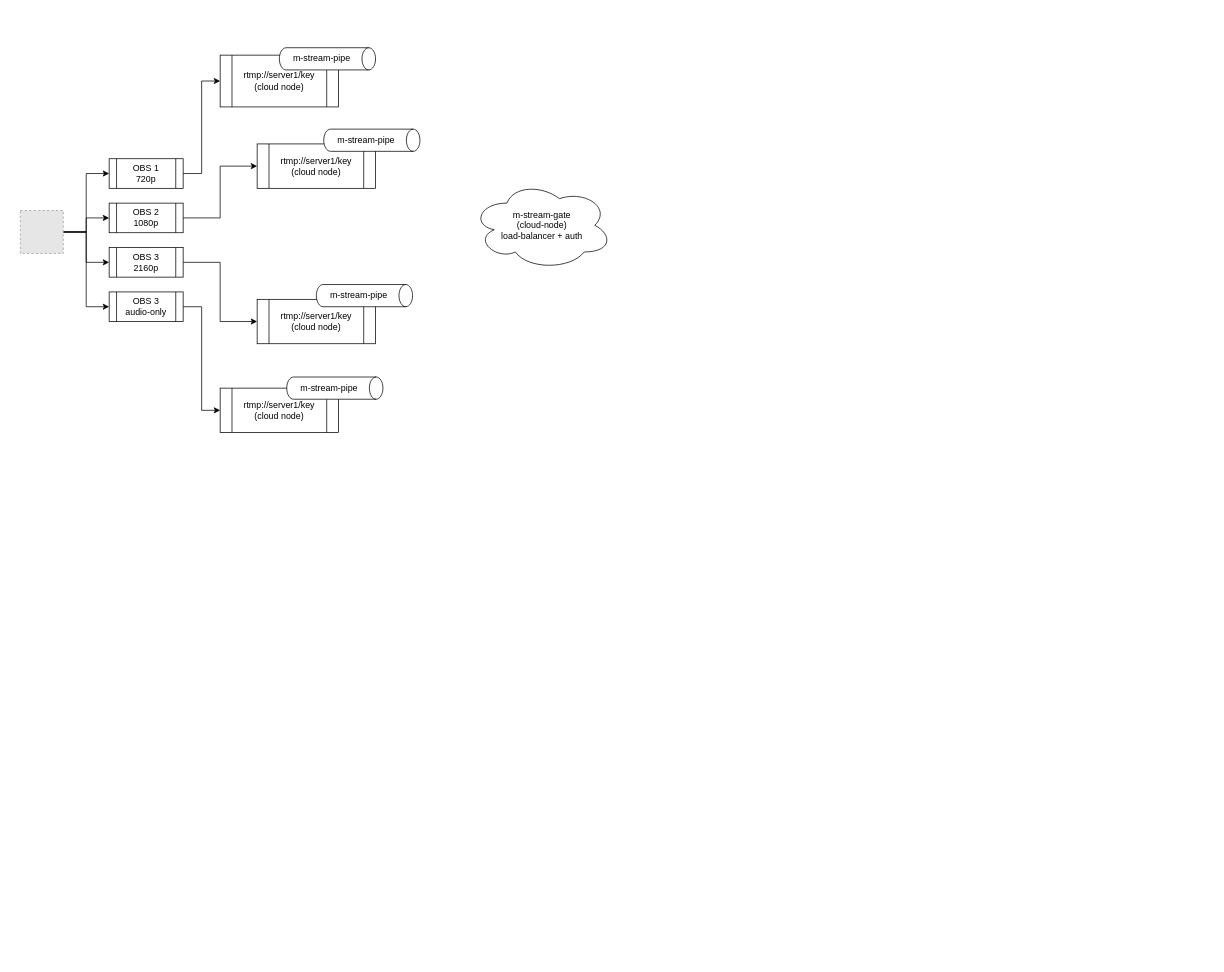
This is Untitled Diagram.drawio from mufkuw/stream-gate, a draw.io file, before an edit. Source tidied: cells renumbered, new cells numbered last; positions are measured from the earlier drawing's top-left corner, leaving out a move shared by most shapes. Both pictures are drawn from the tidied source at 74%, with x=0, y=0 at pixel (20, 47). Pictures stored in the file or linked from it are replaced by grey dashed boxes.
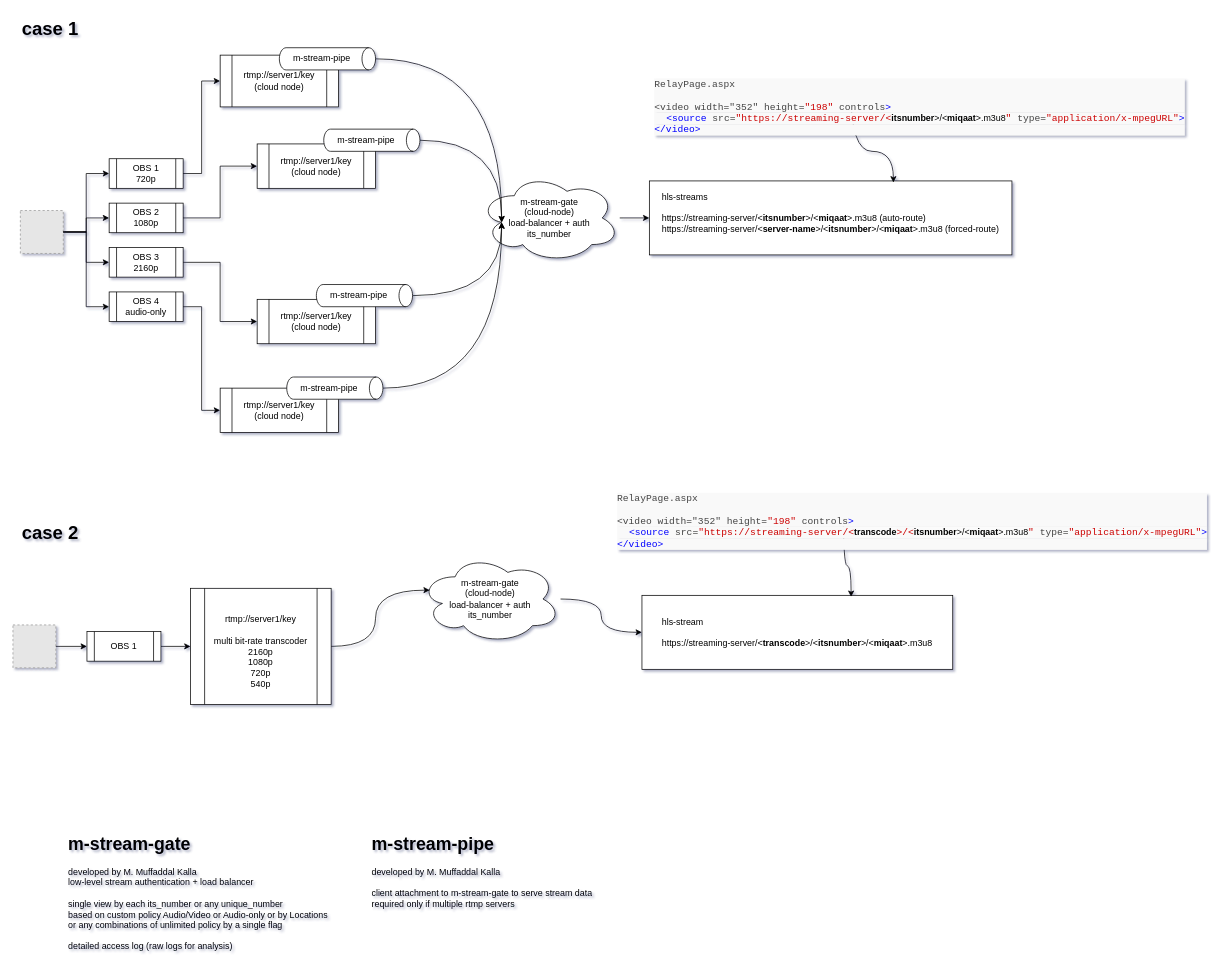
Above is the later version.

Unchanged cells that the change refers to:
```xml
<mxCell id="20" value="m-stream-pipe" style="shape=cylinder3;whiteSpace=wrap;html=1;boundedLbl=1;backgroundOutline=1;size=9.166666666666629;labelBorderColor=none;labelBackgroundColor=none;horizontal=1;direction=south;" parent="1" vertex="1">
  <mxGeometry x="350" width="130" height="30" as="geometry" />
</mxCell>
<mxCell id="21" value="m-stream-pipe" style="shape=cylinder3;whiteSpace=wrap;html=1;boundedLbl=1;backgroundOutline=1;size=9.166666666666629;labelBorderColor=none;labelBackgroundColor=none;horizontal=1;direction=south;" parent="1" vertex="1">
  <mxGeometry x="410" y="110" width="130" height="30" as="geometry" />
</mxCell>
<mxCell id="22" value="m-stream-pipe" style="shape=cylinder3;whiteSpace=wrap;html=1;boundedLbl=1;backgroundOutline=1;size=9.166666666666629;labelBorderColor=none;labelBackgroundColor=none;horizontal=1;direction=south;" parent="1" vertex="1">
  <mxGeometry x="400" y="320" width="130" height="30" as="geometry" />
</mxCell>
<mxCell id="23" value="m-stream-pipe" style="shape=cylinder3;whiteSpace=wrap;html=1;boundedLbl=1;backgroundOutline=1;size=9.166666666666629;labelBorderColor=none;labelBackgroundColor=none;horizontal=1;direction=south;" parent="1" vertex="1">
  <mxGeometry x="360" y="445" width="130" height="30" as="geometry" />
</mxCell>
```

Change to the diagram source:
```diff
@@
-<mxGraphModel>
+<mxGraphModel background="#FFFFFF" shadow="1">
@@
+    <mxCell id="24" value="&lt;h1&gt;m-stream-gate&lt;/h1&gt;&lt;p&gt;developed by M. Muffaddal Kalla&lt;br&gt;low-level stream authentication + load balancer&lt;br&gt;&lt;br&gt;single view by each its_number or any unique_number &lt;br&gt;based on custom policy Audio/Video or Audio-only or by Locations&lt;br&gt;or any combinations of unlimited policy by a single flag&lt;br&gt;&lt;br&gt;detailed access log (raw logs for analysis)&lt;br&gt;&lt;br&gt;&lt;br&gt;&lt;/p&gt;" style="text;html=1;strokeColor=none;fillColor=none;spacing=5;spacingTop=-20;whiteSpace=wrap;overflow=hidden;rounded=0;" parent="1" vertex="1">
+      <mxGeometry x="60" y="1056" width="390" height="170" as="geometry" />
+    </mxCell>
+    <mxCell id="25" value="&lt;h1&gt;m-stream-pipe&lt;/h1&gt;&lt;p&gt;developed by M. Muffaddal Kalla&lt;br&gt;&lt;br&gt;client attachment to m-stream-gate to serve stream data&lt;br&gt;required only if multiple rtmp servers&lt;/p&gt;" style="text;html=1;strokeColor=none;fillColor=none;spacing=5;spacingTop=-20;whiteSpace=wrap;overflow=hidden;rounded=0;" parent="1" vertex="1">
+      <mxGeometry x="470" y="1056" width="390" height="170" as="geometry" />
+    </mxCell>
+    <mxCell id="26" style="fillColor=#E6E6E6;strokeColor=#999999;dashed=1;html=1;verticalAlign=top;verticalLabelPosition=bottom;labelBackgroundColor=#ffffff;" parent="1" vertex="1">
+      <mxGeometry x="-10" y="780" width="58" height="58" as="geometry" />
+    </mxCell>
+    <mxCell id="27" style="edgeStyle=orthogonalEdgeStyle;rounded=0;jettySize=auto;html=1;entryX=0;entryY=0.5;entryDx=0;entryDy=0;" parent="1" edge="1" source="28" target="44">
+      <mxGeometry relative="1" as="geometry" />
+    </mxCell>
+    <mxCell id="28" value="OBS 1" style="shape=process;whiteSpace=wrap;html=1;backgroundOutline=1;" parent="1" vertex="1">
+      <mxGeometry x="90" y="789" width="100" height="40" as="geometry" />
+    </mxCell>
+    <mxCell id="29" style="edgeStyle=orthogonalEdgeStyle;rounded=0;jettySize=auto;html=1;entryX=0;entryY=0.5;entryDx=0;entryDy=0;" parent="1" edge="1" source="26" target="28">
+      <mxGeometry relative="1" as="geometry" />
+    </mxCell>
+    <mxCell id="30" value="m-stream-gate&lt;br&gt;(cloud-node)&lt;br&gt;load-balancer + auth&lt;br&gt;its_number" style="ellipse;shape=cloud;whiteSpace=wrap;html=1;" parent="1" vertex="1">
+      <mxGeometry x="540" y="685" width="190" height="120" as="geometry" />
+    </mxCell>
+    <mxCell id="31" value="&lt;div style=&quot;text-align: left;&quot;&gt;hls-stream&lt;br&gt;&lt;br&gt;https://streaming-server/&amp;lt;&lt;b&gt;transcode&lt;/b&gt;&amp;gt;/&amp;lt;&lt;b&gt;itsnumber&lt;/b&gt;&amp;gt;/&amp;lt;&lt;b&gt;miqaat&lt;/b&gt;&amp;gt;.m3u8&lt;/div&gt;" style="rounded=0;whiteSpace=wrap;html=1;" parent="1" vertex="1">
+      <mxGeometry x="840" y="740" width="420" height="100" as="geometry" />
+    </mxCell>
+    <mxCell id="32" style="edgeStyle=orthogonalEdgeStyle;rounded=0;jettySize=auto;html=1;curved=1;" parent="1" edge="1" source="30" target="31">
+      <mxGeometry relative="1" as="geometry" />
+    </mxCell>
+    <mxCell id="33" style="edgeStyle=orthogonalEdgeStyle;rounded=0;jettySize=auto;html=1;entryX=0.673;entryY=0.021;entryDx=0;entryDy=0;entryPerimeter=0;curved=1;" parent="1" edge="1" target="31">
+      <mxGeometry relative="1" as="geometry">
+        <mxPoint x="1112" y="615" as="sourcePoint" />
+        <Array as="points">
+          <mxPoint x="1112" y="700" />
+        </Array>
+      </mxGeometry>
+    </mxCell>
+    <mxCell id="34" value="&lt;div style=&quot;border-color: var(--border-color); color: rgb(68, 68, 68); font-family: Consolas, Courier, monospace; font-size: 13px; text-align: left; background-color: rgb(249, 249, 249); padding-left: 0px;&quot;&gt;RelayPage.aspx&lt;br&gt;&lt;br&gt;&amp;lt;video&amp;nbsp;width=&quot;352&quot;&amp;nbsp;height=&lt;span style=&quot;border-color: var(--border-color); color: rgb(204, 0, 0);&quot; class=&quot;rd_code_red&quot;&gt;&quot;198&quot;&lt;/span&gt;&amp;nbsp;controls&lt;span style=&quot;border-color: var(--border-color); color: rgb(0, 0, 255);&quot; class=&quot;rd_code_blu&quot;&gt;&amp;gt;&lt;/span&gt;&lt;/div&gt;&lt;div style=&quot;border-color: var(--border-color); color: rgb(68, 68, 68); font-family: Consolas, Courier, monospace; font-size: 13px; text-align: left; background-color: rgb(249, 249, 249); padding-left: 16px;&quot;&gt;&lt;span style=&quot;border-color: var(--border-color); color: rgb(0, 0, 255);&quot; class=&quot;rd_code_blu&quot;&gt;&amp;lt;source&lt;/span&gt;&amp;nbsp;src=&lt;span style=&quot;border-color: var(--border-color); color: rgb(204, 0, 0);&quot; class=&quot;rd_code_red&quot;&gt;&quot;https://streaming-server/&amp;lt;&lt;b style=&quot;border-color: var(--border-color); color: rgb(0, 0, 0); font-family: Helvetica; font-size: 12px; background-color: rgb(251, 251, 251);&quot;&gt;transcode&lt;/b&gt;&amp;gt;/&amp;lt;&lt;b style=&quot;border-color: var(--border-color); color: rgb(0, 0, 0); font-family: Helvetica; font-size: 12px; background-color: rgb(251, 251, 251);&quot;&gt;itsnumber&lt;/b&gt;&lt;span style=&quot;color: rgb(0, 0, 0); font-family: Helvetica; font-size: 12px; background-color: rgb(251, 251, 251);&quot;&gt;&amp;gt;/&amp;lt;&lt;/span&gt;&lt;b style=&quot;border-color: var(--border-color); color: rgb(0, 0, 0); font-family: Helvetica; font-size: 12px; background-color: rgb(251, 251, 251);&quot;&gt;miqaat&lt;/b&gt;&lt;span style=&quot;color: rgb(0, 0, 0); font-family: Helvetica; font-size: 12px; background-color: rgb(251, 251, 251);&quot;&gt;&amp;gt;.m3u8&lt;/span&gt;&quot;&lt;/span&gt;&amp;nbsp;type=&lt;span style=&quot;border-color: var(--border-color); color: rgb(204, 0, 0);&quot; class=&quot;rd_code_red&quot;&gt;&quot;application/x-mpegURL&quot;&lt;/span&gt;&lt;span style=&quot;border-color: var(--border-color); color: rgb(0, 0, 255);&quot; class=&quot;rd_code_blu&quot;&gt;&amp;gt;&lt;/span&gt;&lt;/div&gt;&lt;div style=&quot;border-color: var(--border-color); color: rgb(68, 68, 68); font-family: Consolas, Courier, monospace; font-size: 13px; text-align: left; background-color: rgb(249, 249, 249); padding-left: 0px;&quot;&gt;&lt;span style=&quot;border-color: var(--border-color); color: rgb(0, 0, 255);&quot; class=&quot;rd_code_blu&quot;&gt;&amp;lt;/video&amp;gt;&lt;/span&gt;&lt;/div&gt;" style="text;html=1;align=center;verticalAlign=middle;strokeColor=none;fillColor=none;" parent="1" vertex="1">
+      <mxGeometry x="820" y="595" width="770" height="90" as="geometry" />
+    </mxCell>
+    <mxCell id="6" style="fillColor=#E6E6E6;strokeColor=#999999;dashed=1;html=1;verticalAlign=top;verticalLabelPosition=bottom;labelBackgroundColor=#ffffff;" parent="1" vertex="1">
+      <mxGeometry y="220" width="58" height="58" as="geometry" />
+    </mxCell>
+    <mxCell id="8" value="OBS 1&lt;br&gt;720p" style="shape=process;whiteSpace=wrap;html=1;backgroundOutline=1;" parent="1" vertex="1">
+      <mxGeometry x="120" y="150" width="100" height="40" as="geometry" />
+    </mxCell>
@@
+    <mxCell id="10" value="OBS 2&lt;br&gt;1080p" style="shape=process;whiteSpace=wrap;html=1;backgroundOutline=1;" parent="1" vertex="1">
+      <mxGeometry x="120" y="210" width="100" height="40" as="geometry" />
+    </mxCell>
@@
+    <mxCell id="12" value="OBS 3&lt;br&gt;2160p" style="shape=process;whiteSpace=wrap;html=1;backgroundOutline=1;" parent="1" vertex="1">
+      <mxGeometry x="120" y="270" width="100" height="40" as="geometry" />
+    </mxCell>
@@
+    <mxCell id="14" value="OBS 4&lt;br&gt;audio-only" style="shape=process;whiteSpace=wrap;html=1;backgroundOutline=1;" parent="1" vertex="1">
+      <mxGeometry x="120" y="330" width="100" height="40" as="geometry" />
+    </mxCell>
@@
-    <mxCell id="6" style="fillColor=#E6E6E6;strokeColor=#999999;dashed=1;html=1;verticalAlign=top;verticalLabelPosition=bottom;labelBackgroundColor=#ffffff;" parent="1" vertex="1">
-      <mxGeometry y="220" width="58" height="58" as="geometry" />
-    </mxCell>
+    <mxCell id="15" value="rtmp://server1/key&lt;br&gt;(cloud node)" style="shape=process;whiteSpace=wrap;html=1;backgroundOutline=1;" parent="1" vertex="1">
+      <mxGeometry x="270" y="10" width="160" height="70" as="geometry" />
+    </mxCell>
@@
-    <mxCell id="8" value="OBS 1&lt;br&gt;720p" style="shape=process;whiteSpace=wrap;html=1;backgroundOutline=1;" parent="1" vertex="1">
-      <mxGeometry x="120" y="150" width="100" height="40" as="geometry" />
-    </mxCell>
+    <mxCell id="16" value="rtmp://server1/key&lt;br style=&quot;border-color: var(--border-color);&quot;&gt;(cloud node)" style="shape=process;whiteSpace=wrap;html=1;backgroundOutline=1;" parent="1" vertex="1">
+      <mxGeometry x="320" y="130" width="160" height="60" as="geometry" />
+    </mxCell>
@@
-    <mxCell id="10" value="OBS 2&lt;br&gt;1080p" style="shape=process;whiteSpace=wrap;html=1;backgroundOutline=1;" parent="1" vertex="1">
-      <mxGeometry x="120" y="210" width="100" height="40" as="geometry" />
-    </mxCell>
+    <mxCell id="17" value="rtmp://server1/key&lt;br style=&quot;border-color: var(--border-color);&quot;&gt;(cloud node)" style="shape=process;whiteSpace=wrap;html=1;backgroundOutline=1;" parent="1" vertex="1">
+      <mxGeometry x="320" y="340" width="160" height="60" as="geometry" />
+    </mxCell>
@@
-    <mxCell id="12" value="OBS 3&lt;br&gt;2160p" style="shape=process;whiteSpace=wrap;html=1;backgroundOutline=1;" parent="1" vertex="1">
-      <mxGeometry x="120" y="270" width="100" height="40" as="geometry" />
-    </mxCell>
+    <mxCell id="18" value="rtmp://server1/key&lt;br style=&quot;border-color: var(--border-color);&quot;&gt;(cloud node)" style="shape=process;whiteSpace=wrap;html=1;backgroundOutline=1;" parent="1" vertex="1">
+      <mxGeometry x="270" y="460" width="160" height="60" as="geometry" />
+    </mxCell>
@@
-    <mxCell id="14" value="OBS 3&lt;br&gt;audio-only" style="shape=process;whiteSpace=wrap;html=1;backgroundOutline=1;" parent="1" vertex="1">
-      <mxGeometry x="120" y="330" width="100" height="40" as="geometry" />
-    </mxCell>
-    <mxCell id="15" value="rtmp://server1/key&lt;br&gt;(cloud node)" style="shape=process;whiteSpace=wrap;html=1;backgroundOutline=1;" parent="1" vertex="1">
-      <mxGeometry x="270" y="10" width="160" height="70" as="geometry" />
-    </mxCell>
-    <mxCell id="16" value="rtmp://server1/key&lt;br style=&quot;border-color: var(--border-color);&quot;&gt;(cloud node)" style="shape=process;whiteSpace=wrap;html=1;backgroundOutline=1;" parent="1" vertex="1">
-      <mxGeometry x="320" y="130" width="160" height="60" as="geometry" />
-    </mxCell>
-    <mxCell id="17" value="rtmp://server1/key&lt;br style=&quot;border-color: var(--border-color);&quot;&gt;(cloud node)" style="shape=process;whiteSpace=wrap;html=1;backgroundOutline=1;" parent="1" vertex="1">
-      <mxGeometry x="320" y="340" width="160" height="60" as="geometry" />
-    </mxCell>
-    <mxCell id="18" value="rtmp://server1/key&lt;br style=&quot;border-color: var(--border-color);&quot;&gt;(cloud node)" style="shape=process;whiteSpace=wrap;html=1;backgroundOutline=1;" parent="1" vertex="1">
-      <mxGeometry x="270" y="460" width="160" height="60" as="geometry" />
-    </mxCell>
-    <mxCell id="19" value="m-stream-gate&lt;br&gt;(cloud-node)&lt;br&gt;load-balancer + auth" style="ellipse;shape=cloud;whiteSpace=wrap;html=1;" parent="1" vertex="1">
-      <mxGeometry x="610" y="180" width="190" height="120" as="geometry" />
+    <mxCell id="19" value="m-stream-gate&lt;br&gt;(cloud-node)&lt;br&gt;load-balancer + auth&lt;br&gt;its_number" style="ellipse;shape=cloud;whiteSpace=wrap;html=1;" parent="1" vertex="1">
+      <mxGeometry x="620" y="170" width="190" height="120" as="geometry" />
     </mxCell>
+    <mxCell id="35" style="edgeStyle=orthogonalEdgeStyle;rounded=0;jettySize=auto;html=1;curved=1;entryX=0.16;entryY=0.55;entryDx=0;entryDy=0;entryPerimeter=0;" parent="1" edge="1" source="20" target="19">
+      <mxGeometry relative="1" as="geometry" />
+    </mxCell>
@@
+    <mxCell id="36" style="edgeStyle=orthogonalEdgeStyle;rounded=0;jettySize=auto;html=1;curved=1;entryX=0.16;entryY=0.55;entryDx=0;entryDy=0;entryPerimeter=0;" parent="1" edge="1" source="21" target="19">
+      <mxGeometry relative="1" as="geometry" />
+    </mxCell>
@@
+    <mxCell id="37" style="edgeStyle=orthogonalEdgeStyle;rounded=0;jettySize=auto;html=1;curved=1;entryX=0.16;entryY=0.55;entryDx=0;entryDy=0;entryPerimeter=0;" parent="1" edge="1" source="22" target="19">
+      <mxGeometry relative="1" as="geometry" />
+    </mxCell>
@@
+    <mxCell id="38" style="edgeStyle=orthogonalEdgeStyle;rounded=0;jettySize=auto;html=1;curved=1;entryX=0.16;entryY=0.55;entryDx=0;entryDy=0;entryPerimeter=0;" parent="1" edge="1" source="23" target="19">
+      <mxGeometry relative="1" as="geometry" />
+    </mxCell>
@@
+    <mxCell id="39" value="&lt;div style=&quot;text-align: left;&quot;&gt;hls-streams&lt;br&gt;&lt;br&gt;https://streaming-server/&amp;lt;&lt;b&gt;itsnumber&lt;/b&gt;&amp;gt;/&amp;lt;&lt;b&gt;miqaat&lt;/b&gt;&amp;gt;.m3u8 (auto-route)&lt;br&gt;https://streaming-server/&amp;lt;&lt;b&gt;server-name&lt;/b&gt;&amp;gt;/&amp;lt;&lt;b style=&quot;border-color: var(--border-color);&quot;&gt;itsnumber&lt;/b&gt;&amp;gt;/&amp;lt;&lt;b style=&quot;border-color: var(--border-color);&quot;&gt;miqaat&lt;/b&gt;&amp;gt;.m3u8 (forced-route)&lt;span style=&quot;background-color: initial;&quot;&gt;&lt;br&gt;&lt;/span&gt;&lt;/div&gt;&lt;div style=&quot;text-align: left;&quot;&gt;&lt;br&gt;&lt;/div&gt;" style="rounded=0;whiteSpace=wrap;html=1;" parent="1" vertex="1">
+      <mxGeometry x="850" y="180" width="490" height="100" as="geometry" />
+    </mxCell>
+    <mxCell id="40" style="edgeStyle=orthogonalEdgeStyle;rounded=0;jettySize=auto;html=1;" parent="1" edge="1" source="19" target="39">
+      <mxGeometry relative="1" as="geometry" />
+    </mxCell>
+    <mxCell id="41" style="edgeStyle=orthogonalEdgeStyle;rounded=0;jettySize=auto;html=1;entryX=0.673;entryY=0.021;entryDx=0;entryDy=0;entryPerimeter=0;curved=1;" parent="1" edge="1" target="39">
+      <mxGeometry relative="1" as="geometry">
+        <mxPoint x="1122" y="55" as="sourcePoint" />
+        <Array as="points">
+          <mxPoint x="1122" y="140" />
+        </Array>
+      </mxGeometry>
+    </mxCell>
+    <mxCell id="42" value="&lt;div style=&quot;border-color: var(--border-color); color: rgb(68, 68, 68); font-family: Consolas, Courier, monospace; font-size: 13px; text-align: left; background-color: rgb(249, 249, 249); padding-left: 0px;&quot;&gt;RelayPage.aspx&lt;br&gt;&lt;br&gt;&amp;lt;video&amp;nbsp;width=&quot;352&quot;&amp;nbsp;height=&lt;span style=&quot;border-color: var(--border-color); color: rgb(204, 0, 0);&quot; class=&quot;rd_code_red&quot;&gt;&quot;198&quot;&lt;/span&gt;&amp;nbsp;controls&lt;span style=&quot;border-color: var(--border-color); color: rgb(0, 0, 255);&quot; class=&quot;rd_code_blu&quot;&gt;&amp;gt;&lt;/span&gt;&lt;/div&gt;&lt;div style=&quot;border-color: var(--border-color); color: rgb(68, 68, 68); font-family: Consolas, Courier, monospace; font-size: 13px; text-align: left; background-color: rgb(249, 249, 249); padding-left: 16px;&quot;&gt;&lt;span style=&quot;border-color: var(--border-color); color: rgb(0, 0, 255);&quot; class=&quot;rd_code_blu&quot;&gt;&amp;lt;source&lt;/span&gt;&amp;nbsp;src=&lt;span style=&quot;border-color: var(--border-color); color: rgb(204, 0, 0);&quot; class=&quot;rd_code_red&quot;&gt;&quot;https://streaming-server/&amp;lt;&lt;b style=&quot;border-color: var(--border-color); color: rgb(0, 0, 0); font-family: Helvetica; font-size: 12px; background-color: rgb(251, 251, 251);&quot;&gt;itsnumber&lt;/b&gt;&lt;span style=&quot;color: rgb(0, 0, 0); font-family: Helvetica; font-size: 12px; background-color: rgb(251, 251, 251);&quot;&gt;&amp;gt;/&amp;lt;&lt;/span&gt;&lt;b style=&quot;border-color: var(--border-color); color: rgb(0, 0, 0); font-family: Helvetica; font-size: 12px; background-color: rgb(251, 251, 251);&quot;&gt;miqaat&lt;/b&gt;&lt;span style=&quot;color: rgb(0, 0, 0); font-family: Helvetica; font-size: 12px; background-color: rgb(251, 251, 251);&quot;&gt;&amp;gt;.m3u8&lt;/span&gt;&quot;&lt;/span&gt;&amp;nbsp;type=&lt;span style=&quot;border-color: var(--border-color); color: rgb(204, 0, 0);&quot; class=&quot;rd_code_red&quot;&gt;&quot;application/x-mpegURL&quot;&lt;/span&gt;&lt;span style=&quot;border-color: var(--border-color); color: rgb(0, 0, 255);&quot; class=&quot;rd_code_blu&quot;&gt;&amp;gt;&lt;/span&gt;&lt;/div&gt;&lt;div style=&quot;border-color: var(--border-color); color: rgb(68, 68, 68); font-family: Consolas, Courier, monospace; font-size: 13px; text-align: left; background-color: rgb(249, 249, 249); padding-left: 0px;&quot;&gt;&lt;span style=&quot;border-color: var(--border-color); color: rgb(0, 0, 255);&quot; class=&quot;rd_code_blu&quot;&gt;&amp;lt;/video&amp;gt;&lt;/span&gt;&lt;/div&gt;" style="text;html=1;align=center;verticalAlign=middle;strokeColor=none;fillColor=none;" parent="1" vertex="1">
+      <mxGeometry x="870" y="35" width="690" height="90" as="geometry" />
+    </mxCell>
+    <mxCell id="43" style="edgeStyle=orthogonalEdgeStyle;rounded=0;jettySize=auto;html=1;entryX=0.07;entryY=0.4;entryDx=0;entryDy=0;entryPerimeter=0;curved=1;" parent="1" edge="1" source="44" target="30">
+      <mxGeometry relative="1" as="geometry" />
+    </mxCell>
+    <mxCell id="44" value="&lt;br&gt;rtmp://server1/key&lt;br&gt;&lt;br style=&quot;border-color: var(--border-color);&quot;&gt;multi bit-rate transcoder&lt;br&gt;2160p&lt;br&gt;1080p&lt;br&gt;720p&lt;br&gt;540p" style="shape=process;whiteSpace=wrap;html=1;backgroundOutline=1;" parent="1" vertex="1">
+      <mxGeometry x="230" y="730.5" width="190" height="157" as="geometry" />
+    </mxCell>
+    <mxCell id="45" value="case 1" style="text;html=1;align=center;verticalAlign=middle;strokeColor=none;fillColor=none;fontStyle=1;fontSize=25;" parent="1" vertex="1">
+      <mxGeometry x="-10" y="-47" width="100" height="40" as="geometry" />
+    </mxCell>
+    <mxCell id="46" value="case 2" style="text;html=1;align=center;verticalAlign=middle;strokeColor=none;fillColor=none;fontStyle=1;fontSize=25;" parent="1" vertex="1">
+      <mxGeometry x="-10" y="635" width="100" height="40" as="geometry" />
+    </mxCell>
```
